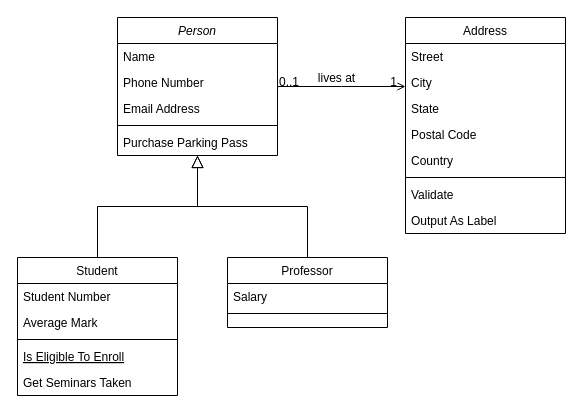
Before: Untitled Diagram.drawio in Ju300/teste, a draw.io diagram. Source tidied: cells renumbered, new cells numbered last; positions are measured from the earlier drawing's top-left corner, leaving out a move shared by most shapes. Both pictures are drawn from the tidied source at 100%, with x=0, y=0 at pixel (17, 17).
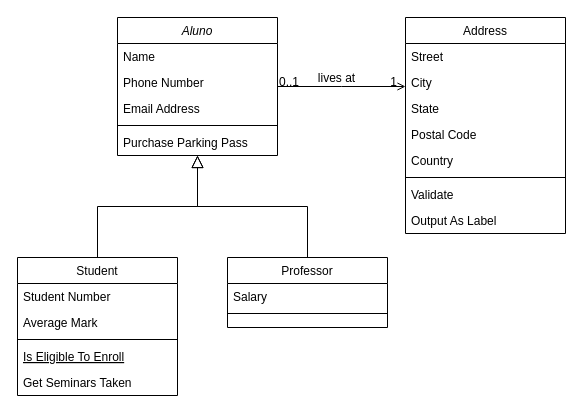
The same diagram, later.

Change to the diagram source:
```diff
@@
-    <mxCell id="2" value="Person" style="swimlane;fontStyle=2;align=center;verticalAlign=top;horizontal=1;startSize=26;rounded=0;shadow=0;strokeWidth=1;" parent="1" vertex="1">
+    <mxCell id="2" value="Aluno" style="swimlane;fontStyle=2;align=center;verticalAlign=top;horizontal=1;startSize=26;rounded=0;shadow=0;strokeWidth=1;" parent="1" vertex="1">
       <mxGeometry x="100" width="160" height="138" as="geometry" />
     </mxCell>
```
